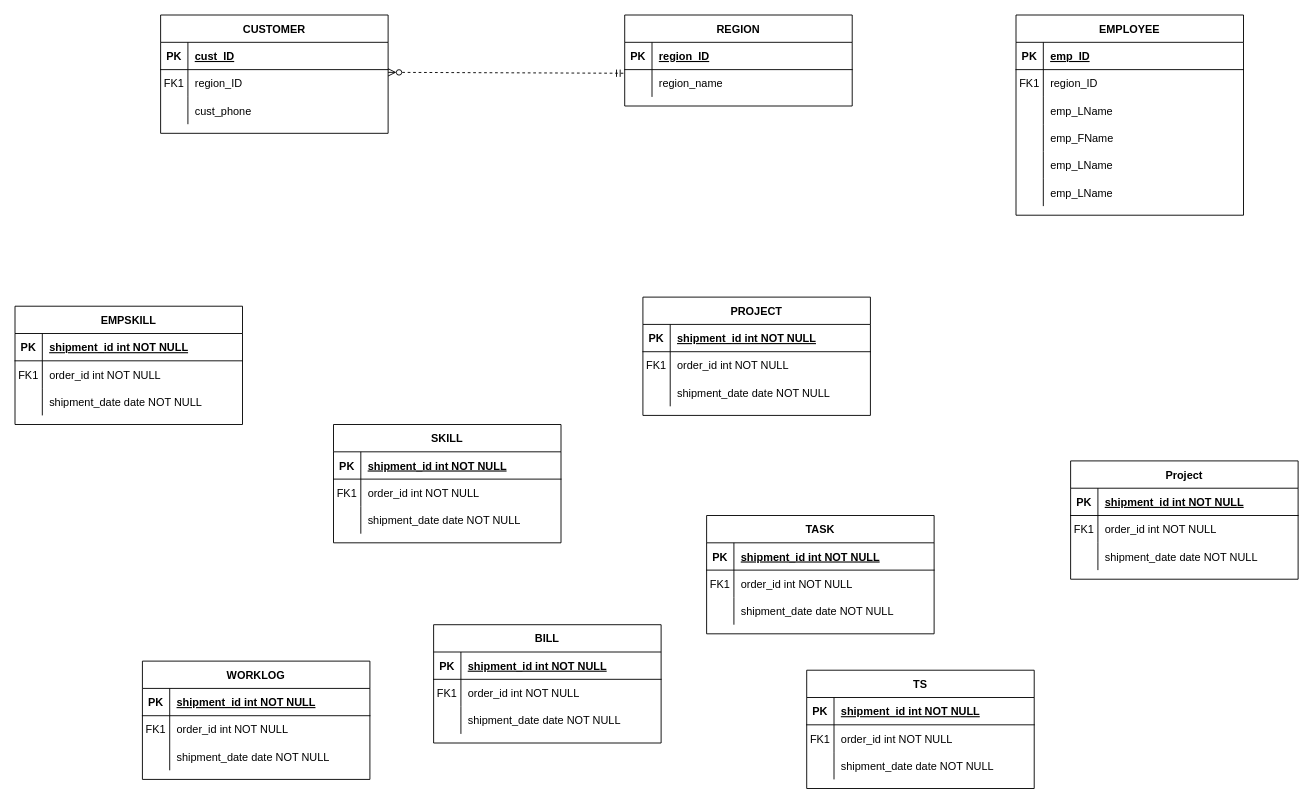
Earlier version of the draw.io diagram Case 11 ERD.drawio (kwoehrer/DatabaseHw). Source tidied: cells renumbered, new cells numbered last; positions are measured from the earlier drawing's top-left corner, leaving out a move shared by most shapes. Both pictures are drawn from the tidied source at 91%, with x=0, y=0 at pixel (15, 15).
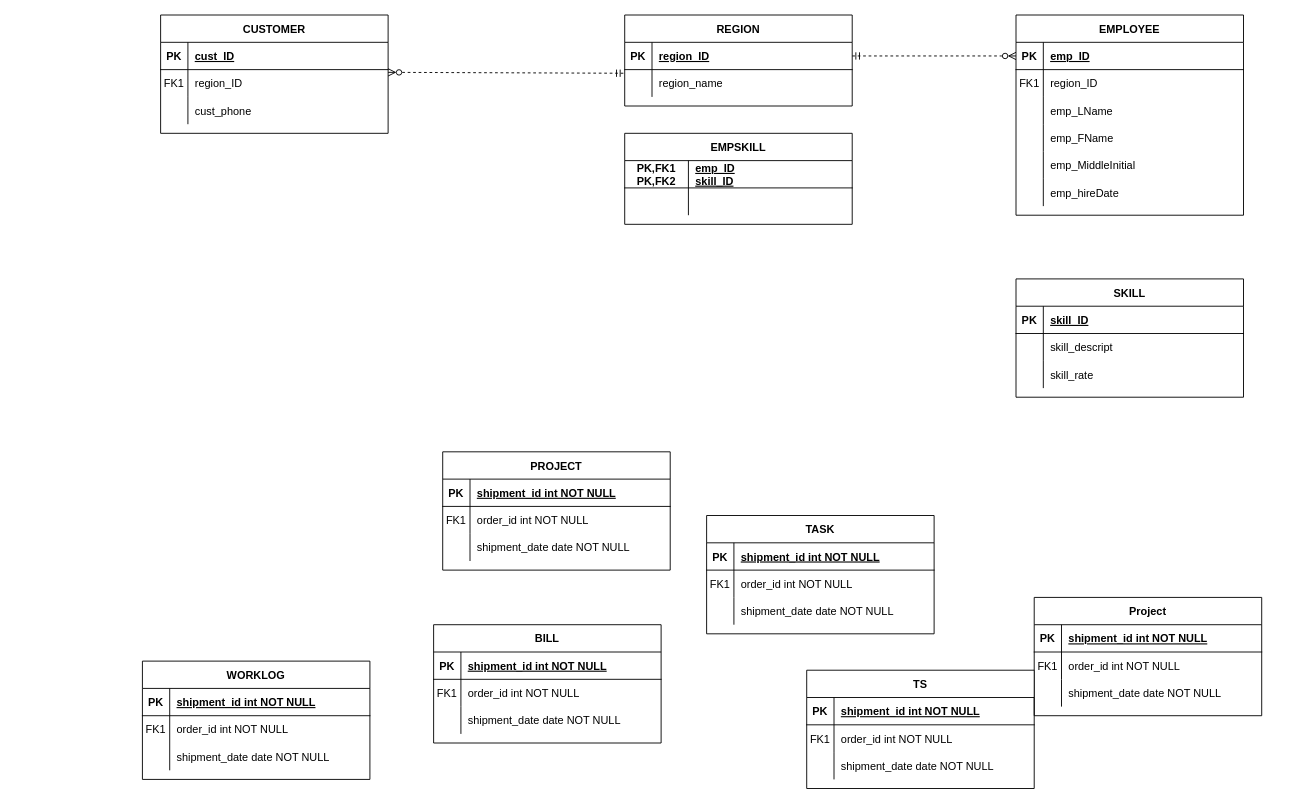
The same page after the edit.

The change refers to these unchanged cells:
```xml
<mxCell id="23" style="shape=partialRectangle;fillColor=none;points=[[0,0.5],[1,0.5]];portConstraint=eastwest;top=0;left=0;right=0;bottom=1;" parent="22" vertex="1">
  <mxGeometry y="30" width="250" height="30" as="geometry" />
</mxCell>
<mxCell id="30" style="shape=partialRectangle;fillColor=none;top=0;left=0;right=0;bottom=1;" parent="29" vertex="1">
  <mxGeometry y="30" width="250" height="30" as="geometry" />
</mxCell>
<mxCell id="33" style="shape=partialRectangle;fillColor=none;top=0;left=0;right=0;bottom=0;" parent="29" vertex="1">
  <mxGeometry y="60" width="250" height="30" as="geometry" />
</mxCell>
<mxCell id="36" style="shape=partialRectangle;fillColor=none;top=0;left=0;right=0;bottom=0;" parent="29" vertex="1">
  <mxGeometry y="90" width="250" height="30" as="geometry" />
</mxCell>
<mxCell id="40" style="shape=partialRectangle;fillColor=none;points=[[0,0.5],[1,0.5]];portConstraint=eastwest;top=0;left=0;right=0;bottom=1;" parent="39" vertex="1">
  <mxGeometry y="30" width="250" height="30" as="geometry" />
</mxCell>
<mxCell id="52" style="shape=partialRectangle;fillColor=none;top=0;left=0;right=0;bottom=0;" parent="39" vertex="1">
  <mxGeometry y="150" width="250" height="30" as="geometry" />
</mxCell>
<mxCell id="55" style="shape=partialRectangle;fillColor=none;top=0;left=0;right=0;bottom=0;" parent="39" vertex="1">
  <mxGeometry y="180" width="250" height="30" as="geometry" />
</mxCell>
<mxCell id="79" style="shape=partialRectangle;fillColor=none;top=0;left=0;right=0;bottom=1;" parent="78" vertex="1">
  <mxGeometry y="30" width="250" height="30" as="geometry" />
</mxCell>
<mxCell id="82" style="shape=partialRectangle;fillColor=none;top=0;left=0;right=0;bottom=0;" parent="78" vertex="1">
  <mxGeometry y="60" width="250" height="30" as="geometry" />
</mxCell>
```

Change to the diagram source:
```diff
@@
     <mxCell id="12" value="PROJECT" style="shape=table;startSize=30;childLayout=tableLayout;rowLines=0;fontStyle=1;align=center;" parent="1" vertex="1">
-      <mxGeometry x="690" y="310" width="250" height="130" as="geometry" />
+      <mxGeometry x="470" y="480" width="250" height="130" as="geometry" />
     </mxCell>
@@
     <mxCell id="29" value="SKILL" style="shape=table;startSize=30;childLayout=tableLayout;rowLines=0;fontStyle=1;align=center;" parent="1" vertex="1">
-      <mxGeometry x="350" y="450" width="250" height="130" as="geometry" />
+      <mxGeometry x="1100" y="290" width="250" height="130" as="geometry" />
     </mxCell>
@@
-    <mxCell id="32" value="shipment_id int NOT NULL " style="shape=partialRectangle;overflow=hidden;fillColor=none;top=0;left=0;bottom=0;right=0;align=left;spacingLeft=6;fontStyle=5;" parent="30" vertex="1">
+    <mxCell id="32" value="skill_ID" style="shape=partialRectangle;overflow=hidden;fillColor=none;top=0;left=0;bottom=0;right=0;align=left;spacingLeft=6;fontStyle=5;" parent="30" vertex="1">
       <mxGeometry x="30" width="220" height="30" as="geometry" />
     </mxCell>
@@
-    <mxCell id="34" value="FK1" style="shape=partialRectangle;overflow=hidden;fillColor=none;top=0;left=0;bottom=0;right=0;" parent="33" vertex="1">
+    <mxCell id="34" style="shape=partialRectangle;overflow=hidden;fillColor=none;top=0;left=0;bottom=0;right=0;" parent="33" vertex="1">
       <mxGeometry width="30" height="30" as="geometry" />
     </mxCell>
-    <mxCell id="35" value="order_id int NOT NULL" style="shape=partialRectangle;overflow=hidden;fillColor=none;top=0;left=0;bottom=0;right=0;align=left;spacingLeft=6;" parent="33" vertex="1">
+    <mxCell id="35" value="skill_descript" style="shape=partialRectangle;overflow=hidden;fillColor=none;top=0;left=0;bottom=0;right=0;align=left;spacingLeft=6;" parent="33" vertex="1">
       <mxGeometry x="30" width="220" height="30" as="geometry" />
     </mxCell>
@@
-    <mxCell id="38" value="shipment_date date NOT NULL" style="shape=partialRectangle;overflow=hidden;fillColor=none;top=0;left=0;bottom=0;right=0;align=left;spacingLeft=6;" parent="36" vertex="1">
+    <mxCell id="38" value="skill_rate" style="shape=partialRectangle;overflow=hidden;fillColor=none;top=0;left=0;bottom=0;right=0;align=left;spacingLeft=6;" parent="36" vertex="1">
       <mxGeometry x="30" width="220" height="30" as="geometry" />
     </mxCell>
@@
-    <mxCell id="54" value="emp_LName" style="shape=partialRectangle;overflow=hidden;fillColor=none;top=0;left=0;bottom=0;right=0;align=left;spacingLeft=6;" parent="52" vertex="1">
+    <mxCell id="54" value="emp_MiddleInitial" style="shape=partialRectangle;overflow=hidden;fillColor=none;top=0;left=0;bottom=0;right=0;align=left;spacingLeft=6;" parent="52" vertex="1">
       <mxGeometry x="30" width="220" height="30" as="geometry" />
     </mxCell>
@@
-    <mxCell id="56" style="shape=partialRectangle;overflow=hidden;fillColor=none;top=0;left=0;bottom=0;right=0;" parent="55" vertex="1">
-      <mxGeometry width="30" height="30" as="geometry" />
-    </mxCell>
-    <mxCell id="57" value="emp_LName" style="shape=partialRectangle;overflow=hidden;fillColor=none;top=0;left=0;bottom=0;right=0;align=left;spacingLeft=6;" parent="55" vertex="1">
-      <mxGeometry x="30" width="220" height="30" as="geometry" />
-    </mxCell>
+    <mxCell id="119" style="shape=partialRectangle;overflow=hidden;fillColor=none;top=0;left=0;bottom=0;right=0;" parent="55" vertex="1">
+      <mxGeometry width="30" height="30" as="geometry" />
+    </mxCell>
+    <mxCell id="120" value="emp_hireDate" style="shape=partialRectangle;overflow=hidden;fillColor=none;top=0;left=0;bottom=0;right=0;align=left;spacingLeft=6;" parent="55" vertex="1">
+      <mxGeometry x="30" width="220" height="30" as="geometry" />
+    </mxCell>
@@
     <mxCell id="68" value="Project" style="shape=table;startSize=30;childLayout=tableLayout;rowLines=0;fontStyle=1;align=center;" parent="1" vertex="1">
-      <mxGeometry x="1160" y="490" width="250" height="130" as="geometry" />
+      <mxGeometry x="1120" y="640" width="250" height="130" as="geometry" />
     </mxCell>
@@
     <mxCell id="78" value="EMPSKILL" style="shape=table;startSize=30;childLayout=tableLayout;rowLines=0;fontStyle=1;align=center;" parent="1" vertex="1">
-      <mxGeometry y="320" width="250" height="130" as="geometry" />
+      <mxGeometry x="670" y="130" width="250" height="100" as="geometry" />
     </mxCell>
@@
-    <mxCell id="80" value="PK" style="shape=partialRectangle;overflow=hidden;fillColor=none;top=0;left=0;bottom=0;right=0;fontStyle=1;" parent="79" vertex="1">
-      <mxGeometry width="30" height="30" as="geometry" />
+    <mxCell id="80" value="PK,FK1&#10;PK,FK2" style="shape=partialRectangle;overflow=hidden;fillColor=none;top=0;left=0;bottom=0;right=0;fontStyle=1;" parent="79" vertex="1">
+      <mxGeometry width="70" height="30" as="geometry" />
     </mxCell>
-    <mxCell id="81" value="shipment_id int NOT NULL " style="shape=partialRectangle;overflow=hidden;fillColor=none;top=0;left=0;bottom=0;right=0;align=left;spacingLeft=6;fontStyle=5;" parent="79" vertex="1">
-      <mxGeometry x="30" width="220" height="30" as="geometry" />
+    <mxCell id="81" value="emp_ID&#10;skill_ID" style="shape=partialRectangle;overflow=hidden;fillColor=none;top=0;left=0;bottom=0;right=0;align=left;spacingLeft=6;fontStyle=5;" parent="79" vertex="1">
+      <mxGeometry x="70" width="180" height="30" as="geometry" />
     </mxCell>
@@
-    <mxCell id="83" value="FK1" style="shape=partialRectangle;overflow=hidden;fillColor=none;top=0;left=0;bottom=0;right=0;" parent="82" vertex="1">
-      <mxGeometry width="30" height="30" as="geometry" />
+    <mxCell id="83" style="shape=partialRectangle;overflow=hidden;fillColor=none;top=0;left=0;bottom=0;right=0;" parent="82" vertex="1">
+      <mxGeometry width="70" height="30" as="geometry" />
     </mxCell>
-    <mxCell id="84" value="order_id int NOT NULL" style="shape=partialRectangle;overflow=hidden;fillColor=none;top=0;left=0;bottom=0;right=0;align=left;spacingLeft=6;" parent="82" vertex="1">
-      <mxGeometry x="30" width="220" height="30" as="geometry" />
+    <mxCell id="84" style="shape=partialRectangle;overflow=hidden;fillColor=none;top=0;left=0;bottom=0;right=0;align=left;spacingLeft=6;" parent="82" vertex="1">
+      <mxGeometry x="70" width="180" height="30" as="geometry" />
     </mxCell>
-    <mxCell id="85" style="shape=partialRectangle;fillColor=none;top=0;left=0;right=0;bottom=0;" parent="78" vertex="1">
-      <mxGeometry y="90" width="250" height="30" as="geometry" />
-    </mxCell>
-    <mxCell id="86" style="shape=partialRectangle;overflow=hidden;fillColor=none;top=0;left=0;bottom=0;right=0;" parent="85" vertex="1">
-      <mxGeometry width="30" height="30" as="geometry" />
-    </mxCell>
-    <mxCell id="87" value="shipment_date date NOT NULL" style="shape=partialRectangle;overflow=hidden;fillColor=none;top=0;left=0;bottom=0;right=0;align=left;spacingLeft=6;" parent="85" vertex="1">
-      <mxGeometry x="30" width="220" height="30" as="geometry" />
-    </mxCell>
@@
+    <mxCell id="121" style="endArrow=ERzeroToMany;html=1;rounded=0;dashed=1;strokeColor=#000000;entryX=0;entryY=0.5;entryDx=0;entryDy=0;exitX=1;exitY=0.5;exitDx=0;exitDy=0;startArrow=ERmandOne;startFill=0;endFill=0;" parent="1" edge="1" source="23" target="40">
+      <mxGeometry relative="1" as="geometry" />
+    </mxCell>
```
